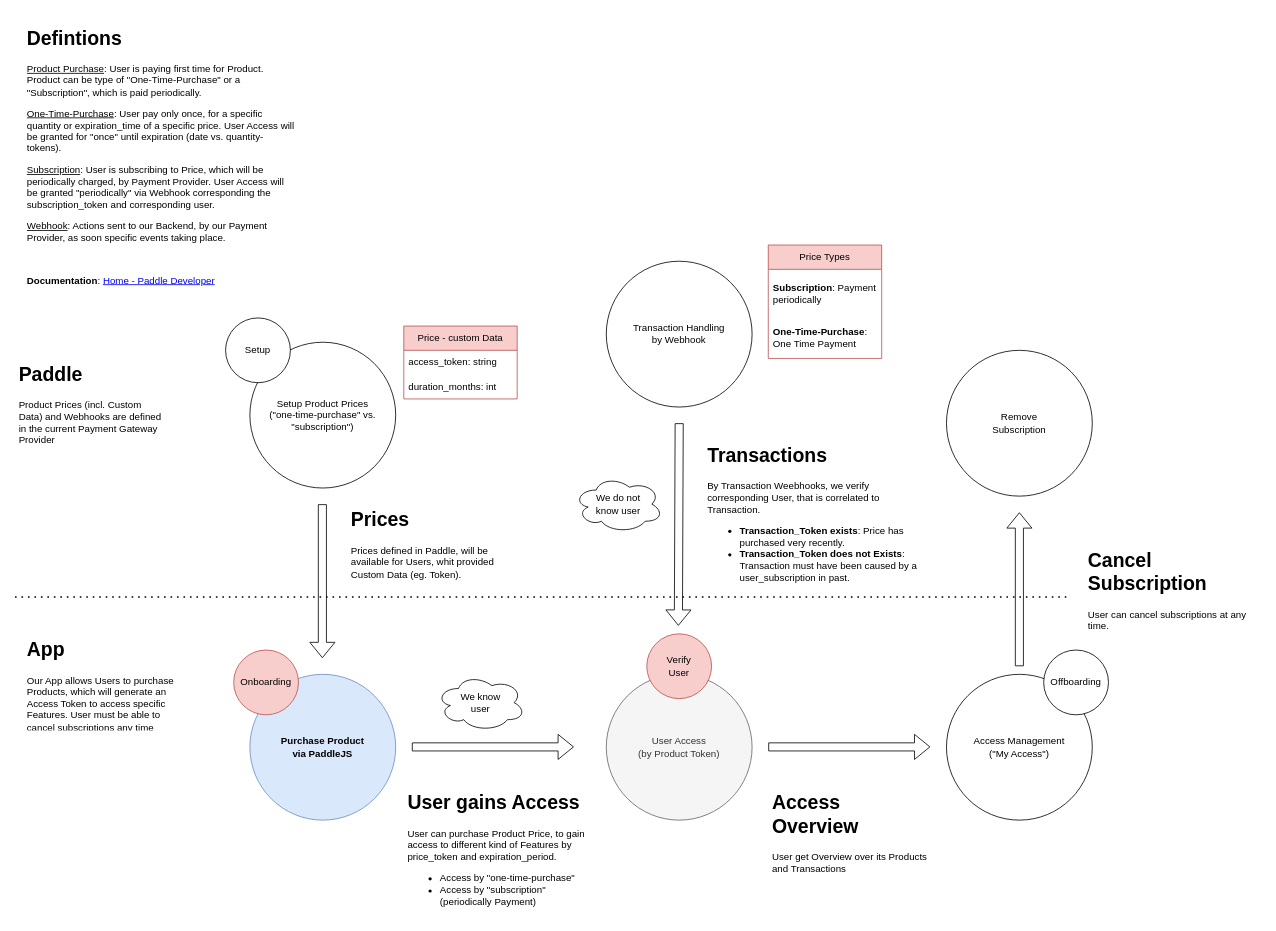
Before: page "Feature Overview" (2 of 5) of docs/Features/02 - Useraccess.drawio in CarlsonBuma/laravel-quasar-template, a draw.io diagram. Source tidied: cells renumbered, new cells numbered last; positions are measured from the earlier drawing's top-left corner, leaving out a move shared by most shapes. Both pictures are drawn from the tidied source at 81%, with x=0, y=0 at pixel (15, 22).
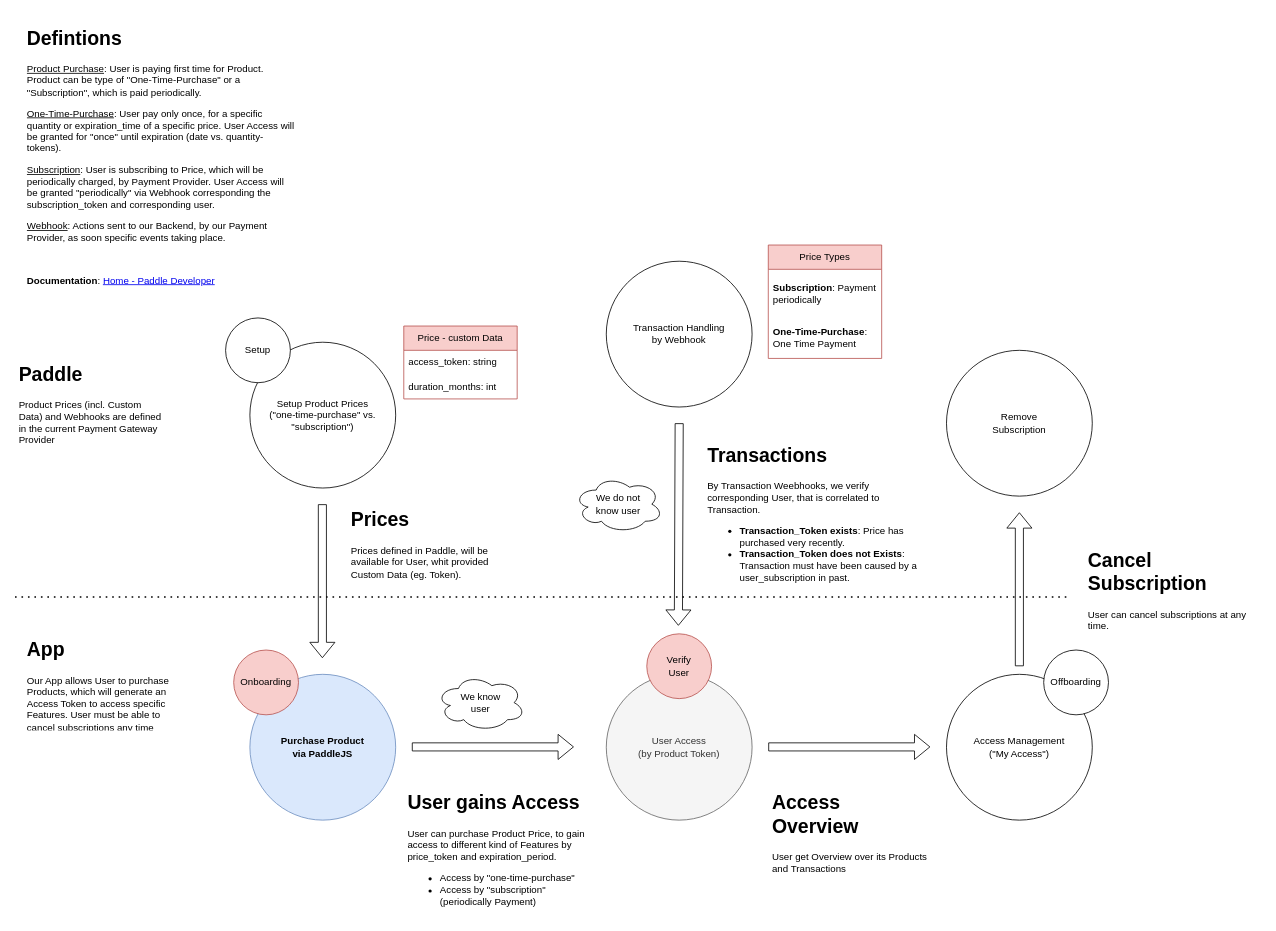
Above is the later version.

Change to the diagram source:
```diff
@@
-    <mxCell id="16" value="&lt;h1&gt;App&lt;/h1&gt;&lt;p&gt;Our App allows Users to purchase Products, which will generate an Access Token to access specific Features. User must be able to cancel subscriptions any time&lt;/p&gt;" style="text;html=1;strokeColor=none;fillColor=none;spacing=5;spacingTop=-20;whiteSpace=wrap;overflow=hidden;rounded=0;" parent="1" vertex="1">
+    <mxCell id="16" value="&lt;h1&gt;App&lt;/h1&gt;&lt;p&gt;Our App allows User to purchase Products, which will generate an Access Token to access specific Features. User must be able to cancel subscriptions any time&lt;/p&gt;" style="text;html=1;strokeColor=none;fillColor=none;spacing=5;spacingTop=-20;whiteSpace=wrap;overflow=hidden;rounded=0;" parent="1" vertex="1">
       <mxGeometry x="10" y="755" width="190" height="120" as="geometry" />
     </mxCell>
@@
-    <mxCell id="23" value="&lt;h1&gt;Prices&lt;/h1&gt;&lt;p&gt;Prices defined in Paddle, will be available for Users, whit provided Custom Data (eg. Token).&lt;/p&gt;" style="text;html=1;strokeColor=none;fillColor=none;spacing=5;spacingTop=-20;whiteSpace=wrap;overflow=hidden;rounded=0;" parent="1" vertex="1">
+    <mxCell id="23" value="&lt;h1&gt;Prices&lt;/h1&gt;&lt;p&gt;Prices defined in Paddle, will be available for User, whit provided Custom Data (eg. Token).&lt;/p&gt;" style="text;html=1;strokeColor=none;fillColor=none;spacing=5;spacingTop=-20;whiteSpace=wrap;overflow=hidden;rounded=0;" parent="1" vertex="1">
       <mxGeometry x="410" y="595" width="220" height="100" as="geometry" />
     </mxCell>
```
